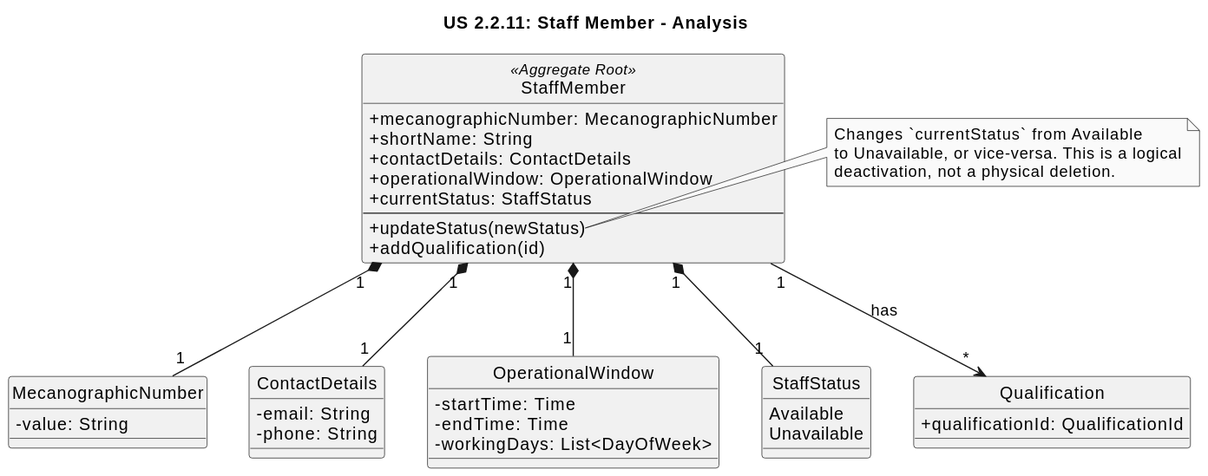
This is documentation/SprintA/US2.2.11/02.analysis/svg/us2.2.11-domain-model.svg from AmirMasnavi/Port-Logistics-Management-System, a PlantUML export, as it was before one commit.
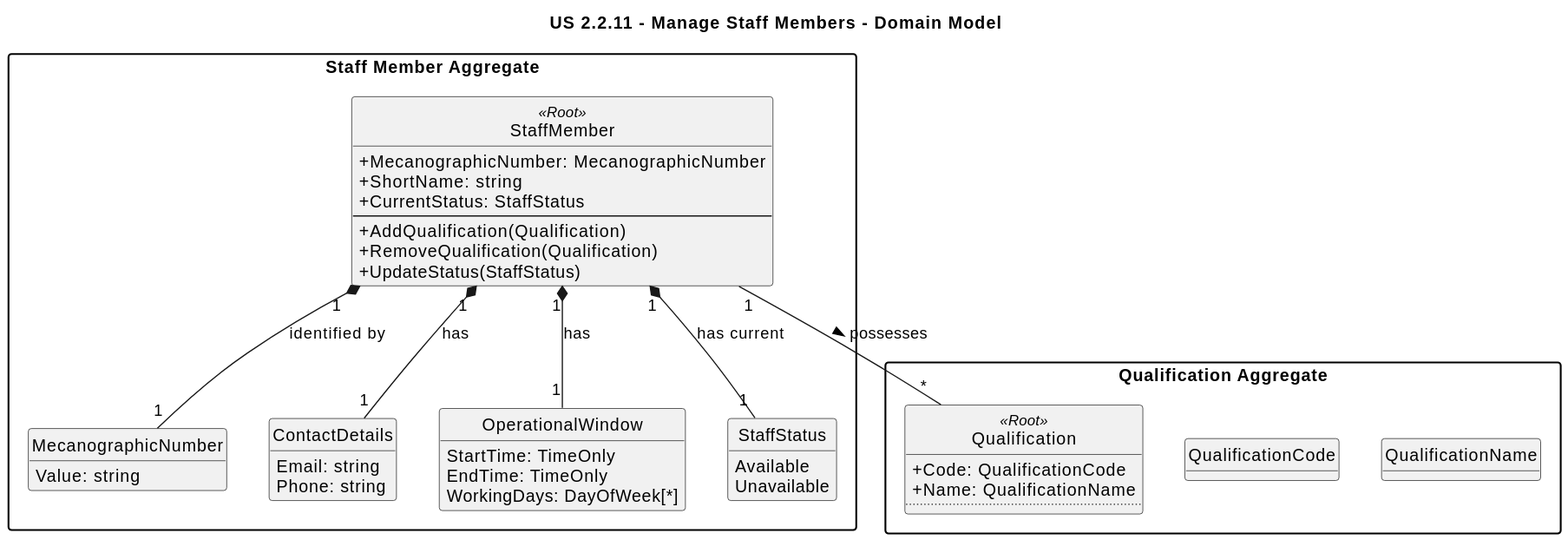
Later version of the same file.

Diff of the diagram source:
```diff
@@ -1,55 +1,59 @@
 @startuml
-
-title US 2.2.11: Staff Member - Analysis
+title US 2.2.11 - Manage Staff Members - Domain Model
 
 skinparam monochrome true
 skinparam packageStyle rectangle
 skinparam shadowing false
 skinparam classAttributeIconSize 0
 hide circle
+hide methods
 
-class StaffMember <<(E, #FFD700) Aggregate Root>> {
-  + mecanographicNumber: MecanographicNumber
-  + shortName: String
-  + contactDetails: ContactDetails
-  + operationalWindow: OperationalWindow
-  + currentStatus: StaffStatus
-  --
-  + updateStatus(newStatus)
-  + addQualification(id)
+package "Staff Member Aggregate" {
+    class StaffMember <<(A,orchid) Root>> {
+        +MecanographicNumber: MecanographicNumber
+        +ShortName: string
+        +CurrentStatus: StaffStatus
+        ---
+        + AddQualification(Qualification)
+        + RemoveQualification(Qualification)
+        + UpdateStatus(StaffStatus)
+    }
+
+    class MecanographicNumber <<(V,DarkSeaGreen)>> {
+        Value: string
+    }
+
+    class ContactDetails <<(V,DarkSeaGreen)>> {
+        Email: string
+        Phone: string
+    }
+
+    class OperationalWindow <<(V,DarkSeaGreen)>> {
+        StartTime: TimeOnly
+        EndTime: TimeOnly
+        WorkingDays: DayOfWeek[*]
+    }
+
+    enum StaffStatus {
+        Available
+        Unavailable
+    }
+
+    StaffMember "1" *-- "1" MecanographicNumber : identified by
+    StaffMember "1" *-- "1" ContactDetails : has
+    StaffMember "1" *-- "1" OperationalWindow : has
+    StaffMember "1" *-- "1" StaffStatus : has current
 }
 
-class MecanographicNumber <<(V, #ADD8E6)>> {
- - value: String
-}
-class ContactDetails <<(V, #ADD8E6)>> {
- - email: String
- - phone: String
-}
-class OperationalWindow <<(V, #ADD8E6)>> {
- - startTime: Time
- - endTime: Time
- - workingDays: List<DayOfWeek>
-}
-enum StaffStatus <<(V, #ADD8E6)>> {
-  Available
-  Unavailable
+package "Qualification Aggregate" {
+    class Qualification <<(A,orchid) Root>> {
+        +Code: QualificationCode
+        +Name: QualificationName
+        ..
+    }
+     class QualificationCode <<(V,DarkSeaGreen)>>
+     class QualificationName <<(V,DarkSeaGreen)>>
 }
 
-class Qualification <<(E, #D3D3D3)>> {
-+ qualificationId: QualificationId
-}
-
-
-StaffMember "1" *-- "1" MecanographicNumber
-StaffMember "1" *-- "1" ContactDetails
-StaffMember "1" *-- "1" OperationalWindow
-StaffMember "1" *-- "1" StaffStatus
-StaffMember "1" --> "*" Qualification : "has"
-
-note right of StaffMember::updateStatus
-  Changes `currentStatus` from Available
-  to Unavailable, or vice-versa. This is a logical
-  deactivation, not a physical deletion.
-end note
+StaffMember "1" -- "*" Qualification : possesses >
 @enduml
```
